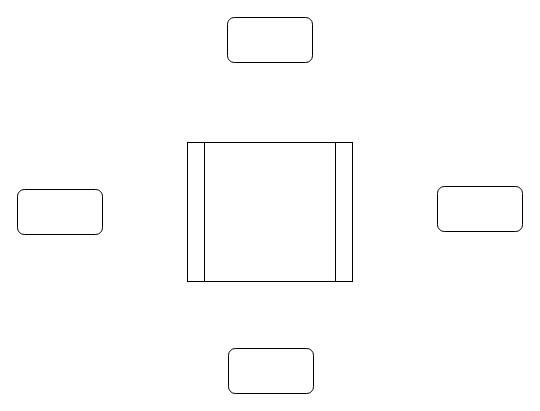
Before: 软考.drawio in xiaodongYao/DrawIO, a draw.io diagram. Source tidied: cells renumbered, new cells numbered last; positions are measured from the earlier drawing's top-left corner, leaving out a move shared by most shapes. Both pictures are drawn from the tidied source at 100%, with x=0, y=0 at pixel (17, 17).
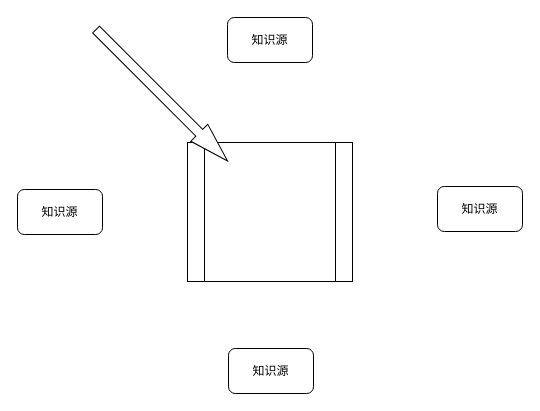
After the change.

The edit, as a diff of the source:
```diff
@@
 <mxGraphModel>
   <root>
     <mxCell id="0" />
     <mxCell id="1" parent="0" />
     <mxCell id="2" style="shape=process;whiteSpace=wrap;html=1;backgroundOutline=1;" parent="1" vertex="1">
       <mxGeometry x="170" y="125" width="165" height="139" as="geometry" />
     </mxCell>
-    <mxCell id="3" style="rounded=1;whiteSpace=wrap;html=1;" parent="1" vertex="1">
+    <mxCell id="3" value="知识源" style="rounded=1;whiteSpace=wrap;html=1;" parent="1" vertex="1">
       <mxGeometry x="211" y="331" width="85" height="45" as="geometry" />
     </mxCell>
-    <mxCell id="4" style="rounded=1;whiteSpace=wrap;html=1;" parent="1" vertex="1">
+    <mxCell id="4" value="知识源" style="rounded=1;whiteSpace=wrap;html=1;" parent="1" vertex="1">
       <mxGeometry x="210" width="85" height="45" as="geometry" />
     </mxCell>
-    <mxCell id="5" style="rounded=1;whiteSpace=wrap;html=1;" parent="1" vertex="1">
+    <mxCell id="5" value="知识源" style="rounded=1;whiteSpace=wrap;html=1;" parent="1" vertex="1">
       <mxGeometry y="172" width="85" height="45" as="geometry" />
     </mxCell>
-    <mxCell id="6" style="rounded=1;whiteSpace=wrap;html=1;" parent="1" vertex="1">
+    <mxCell id="6" value="知识源" style="rounded=1;whiteSpace=wrap;html=1;" parent="1" vertex="1">
       <mxGeometry x="420" y="169" width="85" height="45" as="geometry" />
     </mxCell>
+    <mxCell id="7" style="html=1;shadow=0;dashed=0;align=center;verticalAlign=middle;shape=mxgraph.arrows2.arrow;dy=0.6;dx=40;direction=south;notch=0;rotation=-45;" parent="1" vertex="1">
+      <mxGeometry x="132.3" y="-15.2" width="24" height="186" as="geometry" />
+    </mxCell>
   </root>
 </mxGraphModel>
```
